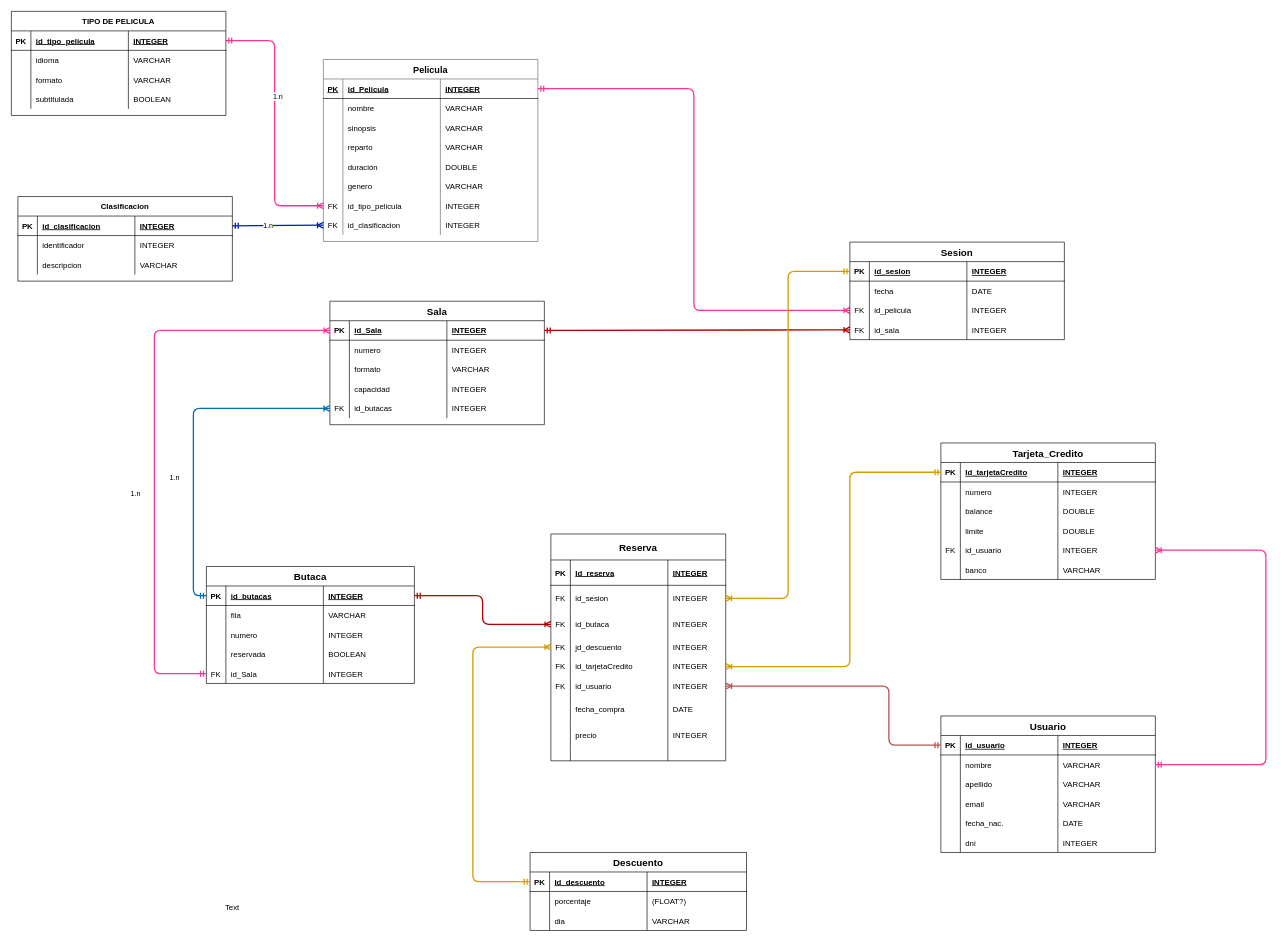
This is DiagramaEntidadRelacion/Diagrama.drawio from Eramirez155/cinemar_CM3_JAVA, a draw.io file, before an edit. Source tidied: cells renumbered, new cells numbered last; positions are measured from the earlier drawing's top-left corner, leaving out a move shared by most shapes. Both pictures are drawn from the tidied source at 65%, with x=0, y=0 at pixel (11, 11).
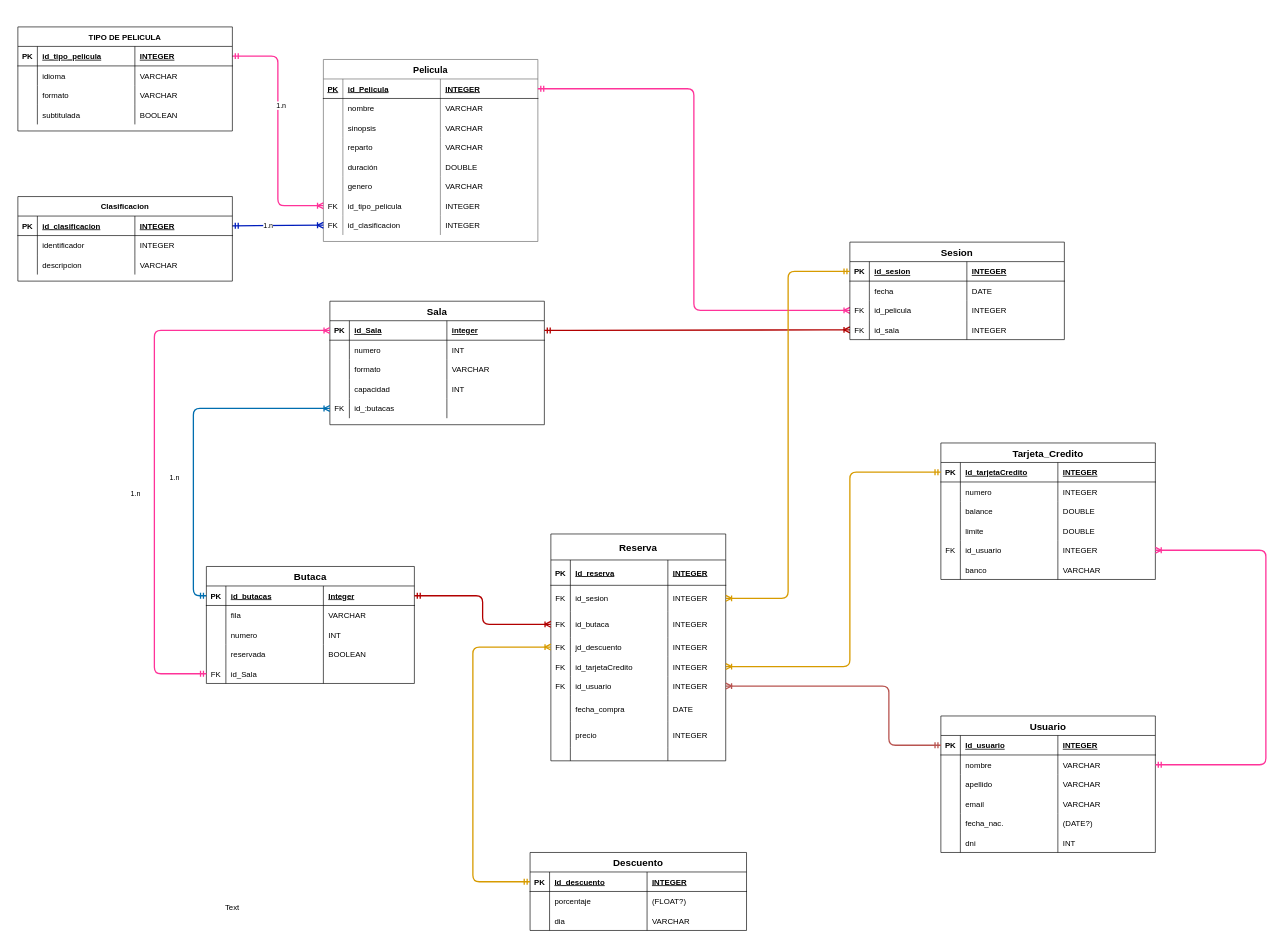
The same page after the edit.

Commit message:
Le cambie el color a pelicula

Unchanged cells that the change refers to:
```xml
<mxCell id="37" style="shape=partialRectangle;fillColor=none;top=0;left=0;bottom=1;right=0;points=[[0,0.5],[1,0.5]];portConstraint=eastwest;" parent="36" vertex="1">
  <mxGeometry y="30" width="330" height="30" as="geometry" />
</mxCell>
<mxCell id="41" style="shape=partialRectangle;fillColor=none;top=0;left=0;bottom=0;right=0;" parent="36" vertex="1">
  <mxGeometry y="60" width="330" height="30" as="geometry" />
</mxCell>
<mxCell id="49" style="shape=partialRectangle;fillColor=none;top=0;left=0;bottom=0;right=0;" parent="36" vertex="1">
  <mxGeometry y="120" width="330" height="30" as="geometry" />
</mxCell>
<mxCell id="53" style="shape=partialRectangle;fillColor=none;top=0;left=0;bottom=0;right=0;points=[[0,0.5],[1,0.5]];portConstraint=eastwest;" parent="36" vertex="1">
  <mxGeometry y="150" width="330" height="30" as="geometry" />
</mxCell>
<mxCell id="77" style="shape=partialRectangle;fillColor=none;top=0;left=0;bottom=1;right=0;points=[[0,0.5],[1,0.5]];portConstraint=eastwest;" parent="76" vertex="1">
  <mxGeometry y="30" width="320" height="30" as="geometry" />
</mxCell>
<mxCell id="85" style="shape=partialRectangle;fillColor=none;top=0;left=0;bottom=0;right=0;" parent="76" vertex="1">
  <mxGeometry y="90" width="320" height="30" as="geometry" />
</mxCell>
<mxCell id="93" style="shape=partialRectangle;fillColor=none;top=0;left=0;bottom=0;right=0;points=[[0,0.5],[1,0.5]];portConstraint=eastwest;" parent="76" vertex="1">
  <mxGeometry y="150" width="320" height="30" as="geometry" />
</mxCell>
<mxCell id="127" style="shape=partialRectangle;fillColor=none;top=0;left=0;bottom=0;right=0;" parent="110" vertex="1">
  <mxGeometry y="150" width="330" height="30" as="geometry" />
</mxCell>
<mxCell id="131" style="shape=partialRectangle;fillColor=none;top=0;left=0;bottom=0;right=0;" parent="110" vertex="1">
  <mxGeometry y="180" width="330" height="30" as="geometry" />
</mxCell>
```

Change to the diagram source:
```diff
@@
-    <mxCell id="40" value="INTEGER" style="shape=partialRectangle;fillColor=none;top=0;left=0;bottom=0;right=0;align=left;spacingLeft=6;fontStyle=5;overflow=hidden;" parent="37" vertex="1">
+    <mxCell id="40" value="integer" style="shape=partialRectangle;fillColor=none;top=0;left=0;bottom=0;right=0;align=left;spacingLeft=6;fontStyle=5;overflow=hidden;" parent="37" vertex="1">
       <mxGeometry x="180" width="150" height="30" as="geometry" />
     </mxCell>
@@
-    <mxCell id="44" value="INTEGER" style="shape=partialRectangle;fillColor=none;top=0;left=0;bottom=0;right=0;align=left;spacingLeft=6;overflow=hidden;" parent="41" vertex="1">
+    <mxCell id="44" value="INT" style="shape=partialRectangle;fillColor=none;top=0;left=0;bottom=0;right=0;align=left;spacingLeft=6;overflow=hidden;" parent="41" vertex="1">
       <mxGeometry x="180" width="150" height="30" as="geometry" />
     </mxCell>
@@
-    <mxCell id="52" value="INTEGER" style="shape=partialRectangle;fillColor=none;top=0;left=0;bottom=0;right=0;align=left;spacingLeft=6;overflow=hidden;" parent="49" vertex="1">
+    <mxCell id="52" value="INT" style="shape=partialRectangle;fillColor=none;top=0;left=0;bottom=0;right=0;align=left;spacingLeft=6;overflow=hidden;" parent="49" vertex="1">
       <mxGeometry x="180" width="150" height="30" as="geometry" />
     </mxCell>
@@
-    <mxCell id="55" value="id_butacas" style="shape=partialRectangle;fillColor=none;top=0;left=0;bottom=0;right=0;align=left;spacingLeft=6;overflow=hidden;" parent="53" vertex="1">
+    <mxCell id="55" value="id_:butacas" style="shape=partialRectangle;fillColor=none;top=0;left=0;bottom=0;right=0;align=left;spacingLeft=6;overflow=hidden;" parent="53" vertex="1">
       <mxGeometry x="30" width="150" height="30" as="geometry" />
     </mxCell>
-    <mxCell id="56" value="INTEGER" style="shape=partialRectangle;fillColor=none;top=0;left=0;bottom=0;right=0;align=left;spacingLeft=6;overflow=hidden;" parent="53" vertex="1">
+    <mxCell id="56" style="shape=partialRectangle;fillColor=none;top=0;left=0;bottom=0;right=0;align=left;spacingLeft=6;overflow=hidden;" parent="53" vertex="1">
       <mxGeometry x="180" width="150" height="30" as="geometry" />
     </mxCell>
@@
-    <mxCell id="80" value="INTEGER" style="shape=partialRectangle;fillColor=none;top=0;left=0;bottom=0;right=0;align=left;spacingLeft=6;fontStyle=5;overflow=hidden;" parent="77" vertex="1">
+    <mxCell id="80" value="Integer" style="shape=partialRectangle;fillColor=none;top=0;left=0;bottom=0;right=0;align=left;spacingLeft=6;fontStyle=5;overflow=hidden;" parent="77" vertex="1">
       <mxGeometry x="180" width="140" height="30" as="geometry" />
     </mxCell>
@@
-    <mxCell id="88" value="INTEGER" style="shape=partialRectangle;fillColor=none;top=0;left=0;bottom=0;right=0;align=left;spacingLeft=6;overflow=hidden;" parent="85" vertex="1">
+    <mxCell id="88" value="INT" style="shape=partialRectangle;fillColor=none;top=0;left=0;bottom=0;right=0;align=left;spacingLeft=6;overflow=hidden;" parent="85" vertex="1">
       <mxGeometry x="180" width="140" height="30" as="geometry" />
     </mxCell>
@@
-    <mxCell id="96" value="INTEGER" style="shape=partialRectangle;fillColor=none;top=0;left=0;bottom=0;right=0;align=left;spacingLeft=6;overflow=hidden;" parent="93" vertex="1">
+    <mxCell id="96" style="shape=partialRectangle;fillColor=none;top=0;left=0;bottom=0;right=0;align=left;spacingLeft=6;overflow=hidden;" parent="93" vertex="1">
       <mxGeometry x="180" width="140" height="30" as="geometry" />
     </mxCell>
@@
-    <mxCell id="130" value="DATE" style="shape=partialRectangle;fillColor=none;top=0;left=0;bottom=0;right=0;align=left;spacingLeft=6;overflow=hidden;" parent="127" vertex="1">
+    <mxCell id="130" value="(DATE?)" style="shape=partialRectangle;fillColor=none;top=0;left=0;bottom=0;right=0;align=left;spacingLeft=6;overflow=hidden;" parent="127" vertex="1">
       <mxGeometry x="180" width="150" height="30" as="geometry" />
     </mxCell>
@@
-    <mxCell id="134" value="INTEGER" style="shape=partialRectangle;fillColor=none;top=0;left=0;bottom=0;right=0;align=left;spacingLeft=6;overflow=hidden;" parent="131" vertex="1">
+    <mxCell id="134" value="INT" style="shape=partialRectangle;fillColor=none;top=0;left=0;bottom=0;right=0;align=left;spacingLeft=6;overflow=hidden;" parent="131" vertex="1">
       <mxGeometry x="180" width="150" height="30" as="geometry" />
     </mxCell>
@@
     <mxCell id="214" value="TIPO DE PELICULA" style="shape=table;startSize=30;childLayout=tableLayout;rowLines=0;fontStyle=1;align=center;fillColor=none;" parent="1" vertex="1">
-      <mxGeometry width="330" height="160.1" as="geometry" />
+      <mxGeometry x="10" y="23.9" width="330" height="160.1" as="geometry" />
     </mxCell>
```
